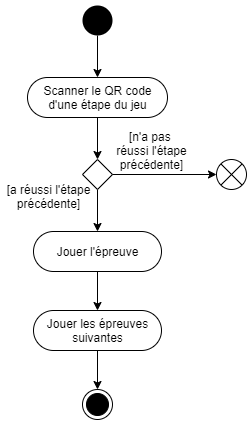
Bollemii/MASI-mobile-escape-game keeps this draw.io diagram as docs/assets/images/diagrams/Activity-resume-step.png. Above is the earlier version. Source tidied: cells renumbered, new cells last; positions are measured from the earlier drawing's top-left corner, leaving out a move shared by most shapes. Its diagram source:
```xml
<mxGraphModel>
  <root>
    <mxCell id="0" />
    <mxCell id="1" parent="0" />
    <mxCell id="2" style="edgeStyle=orthogonalEdgeStyle;rounded=0;jettySize=auto;html=1;" parent="1" edge="1" source="3" target="7">
      <mxGeometry relative="1" as="geometry" />
    </mxCell>
    <mxCell id="3" value="Scanner le QR code&lt;br&gt;d'une étape du jeu" style="html=1;align=center;verticalAlign=middle;rounded=1;absoluteArcSize=1;arcSize=65;dashed=0;" parent="1" vertex="1">
      <mxGeometry x="22" y="72" width="140" height="40" as="geometry" />
    </mxCell>
    <mxCell id="4" style="edgeStyle=orthogonalEdgeStyle;rounded=0;jettySize=auto;html=1;" parent="1" edge="1" source="5" target="3">
      <mxGeometry relative="1" as="geometry" />
    </mxCell>
    <mxCell id="5" style="ellipse;fillColor=#000000;strokeColor=none;" parent="1" vertex="1">
      <mxGeometry x="77" width="30" height="30" as="geometry" />
    </mxCell>
    <mxCell id="6" style="edgeStyle=orthogonalEdgeStyle;rounded=0;jettySize=auto;html=1;" parent="1" edge="1" source="7" target="12">
      <mxGeometry relative="1" as="geometry" />
    </mxCell>
    <mxCell id="7" style="rhombus;" parent="1" vertex="1">
      <mxGeometry x="77" y="154" width="30" height="30" as="geometry" />
    </mxCell>
    <mxCell id="8" value="[a réussi l'étape précédente]" style="text;html=1;strokeColor=none;fillColor=none;align=center;verticalAlign=middle;whiteSpace=wrap;rounded=0;" parent="1" vertex="1">
      <mxGeometry y="174" width="87" height="33" as="geometry" />
    </mxCell>
    <mxCell id="9" style="edgeStyle=orthogonalEdgeStyle;rounded=0;jettySize=auto;html=1;" parent="1" edge="1" source="7" target="16">
      <mxGeometry relative="1" as="geometry" />
    </mxCell>
    <mxCell id="10" value="[n'a pas &lt;br&gt;réussi l'étape précédente]" style="text;html=1;strokeColor=none;fillColor=none;align=center;verticalAlign=middle;whiteSpace=wrap;rounded=0;" parent="1" vertex="1">
      <mxGeometry x="102" y="135" width="89" height="19" as="geometry" />
    </mxCell>
    <mxCell id="11" style="edgeStyle=orthogonalEdgeStyle;rounded=0;jettySize=auto;html=1;" parent="1" edge="1" source="12" target="14">
      <mxGeometry relative="1" as="geometry" />
    </mxCell>
    <mxCell id="12" value="Jouer l'épreuve" style="html=1;align=center;verticalAlign=middle;rounded=1;absoluteArcSize=1;arcSize=91;dashed=0;" parent="1" vertex="1">
      <mxGeometry x="28" y="226" width="128" height="40" as="geometry" />
    </mxCell>
    <mxCell id="13" style="edgeStyle=orthogonalEdgeStyle;rounded=0;jettySize=auto;html=1;" parent="1" edge="1" source="14" target="15">
      <mxGeometry relative="1" as="geometry" />
    </mxCell>
    <mxCell id="14" value="Jouer les épreuves&lt;br&gt;suivantes" style="html=1;align=center;verticalAlign=middle;rounded=1;absoluteArcSize=1;arcSize=91;dashed=0;" parent="1" vertex="1">
      <mxGeometry x="28" y="305" width="128" height="40" as="geometry" />
    </mxCell>
    <mxCell id="15" style="ellipse;html=1;shape=endState;fillColor=#000000;strokeColor=#000000;align=center;" parent="1" vertex="1">
      <mxGeometry x="77" y="384" width="30" height="30" as="geometry" />
    </mxCell>
    <mxCell id="16" style="shape=sumEllipse;perimeter=ellipsePerimeter;whiteSpace=wrap;html=1;backgroundOutline=1;" parent="1" vertex="1">
      <mxGeometry x="211" y="154" width="30" height="30" as="geometry" />
    </mxCell>
  </root>
</mxGraphModel>
```
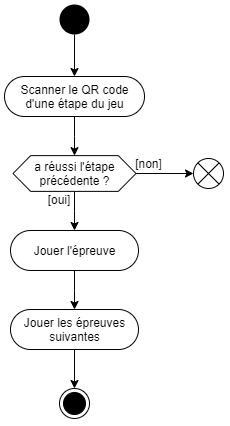
After the commit.

Commit message:
add alternative questions in activity diagrams

Change to the diagram source:
```diff
@@ -2,7 +2,7 @@
   <root>
     <mxCell id="0" />
     <mxCell id="1" parent="0" />
-    <mxCell id="2" style="edgeStyle=orthogonalEdgeStyle;rounded=0;jettySize=auto;html=1;" parent="1" edge="1" source="3" target="7">
+    <mxCell id="2" style="edgeStyle=orthogonalEdgeStyle;rounded=0;jettySize=auto;html=1;" parent="1" edge="1" source="3" target="17">
       <mxGeometry relative="1" as="geometry" />
     </mxCell>
     <mxCell id="3" value="Scanner le QR code&lt;br&gt;d'une étape du jeu" style="html=1;align=center;verticalAlign=middle;rounded=1;absoluteArcSize=1;arcSize=65;dashed=0;" parent="1" vertex="1">
@@ -14,20 +14,17 @@
     <mxCell id="5" style="ellipse;fillColor=#000000;strokeColor=none;" parent="1" vertex="1">
       <mxGeometry x="77" width="30" height="30" as="geometry" />
     </mxCell>
-    <mxCell id="6" style="edgeStyle=orthogonalEdgeStyle;rounded=0;jettySize=auto;html=1;" parent="1" edge="1" source="7" target="12">
+    <mxCell id="6" style="edgeStyle=orthogonalEdgeStyle;rounded=0;jettySize=auto;html=1;" parent="1" edge="1" source="17" target="12">
       <mxGeometry relative="1" as="geometry" />
     </mxCell>
-    <mxCell id="7" style="rhombus;" parent="1" vertex="1">
-      <mxGeometry x="77" y="154" width="30" height="30" as="geometry" />
-    </mxCell>
-    <mxCell id="8" value="[a réussi l'étape précédente]" style="text;html=1;strokeColor=none;fillColor=none;align=center;verticalAlign=middle;whiteSpace=wrap;rounded=0;" parent="1" vertex="1">
-      <mxGeometry y="174" width="87" height="33" as="geometry" />
+    <mxCell id="8" value="[oui]" style="text;html=1;strokeColor=none;fillColor=none;align=center;verticalAlign=middle;whiteSpace=wrap;rounded=0;" parent="1" vertex="1">
+      <mxGeometry x="60" y="186.9" width="34" height="17" as="geometry" />
     </mxCell>
-    <mxCell id="9" style="edgeStyle=orthogonalEdgeStyle;rounded=0;jettySize=auto;html=1;" parent="1" edge="1" source="7" target="16">
+    <mxCell id="9" style="edgeStyle=orthogonalEdgeStyle;rounded=0;jettySize=auto;html=1;" parent="1" edge="1" source="17" target="16">
       <mxGeometry relative="1" as="geometry" />
     </mxCell>
-    <mxCell id="10" value="[n'a pas &lt;br&gt;réussi l'étape précédente]" style="text;html=1;strokeColor=none;fillColor=none;align=center;verticalAlign=middle;whiteSpace=wrap;rounded=0;" parent="1" vertex="1">
-      <mxGeometry x="102" y="135" width="89" height="19" as="geometry" />
+    <mxCell id="10" value="[non]" style="text;html=1;strokeColor=none;fillColor=none;align=center;verticalAlign=middle;whiteSpace=wrap;rounded=0;" parent="1" vertex="1">
+      <mxGeometry x="148" y="149" width="37" height="19" as="geometry" />
     </mxCell>
     <mxCell id="11" style="edgeStyle=orthogonalEdgeStyle;rounded=0;jettySize=auto;html=1;" parent="1" edge="1" source="12" target="14">
       <mxGeometry relative="1" as="geometry" />
@@ -47,5 +44,8 @@
     <mxCell id="16" style="shape=sumEllipse;perimeter=ellipsePerimeter;whiteSpace=wrap;html=1;backgroundOutline=1;" parent="1" vertex="1">
       <mxGeometry x="211" y="154" width="30" height="30" as="geometry" />
     </mxCell>
+    <mxCell id="17" value="a réussi l'étape précédente ?" style="shape=hexagon;html=1;whiteSpace=wrap;perimeter=hexagonPerimeter;rounded=0;size=0.14342103924667637;" parent="1" vertex="1">
+      <mxGeometry x="30.5" y="151.1" width="123" height="35.8" as="geometry" />
+    </mxCell>
   </root>
 </mxGraphModel>
```
